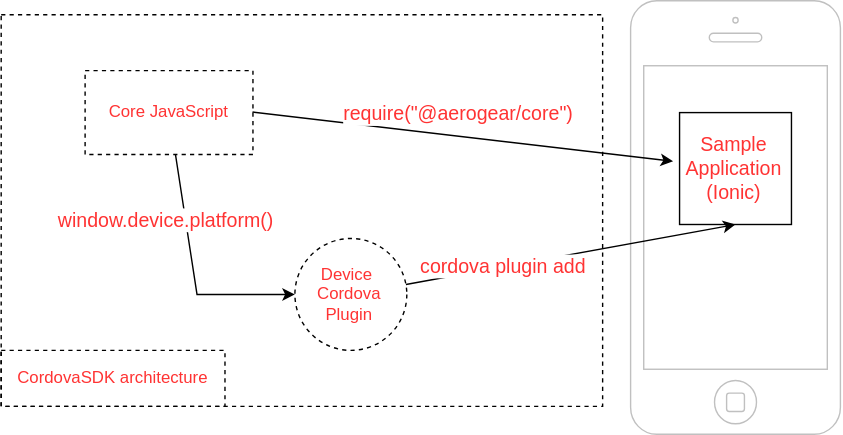
Before: sdks/js-sdk/img/diagram.svg, a diagram exported from draw.io (david-martin/proposals). Source tidied: cells renumbered, new cells last; positions are measured from the earlier drawing's top-left corner, leaving out a move shared by most shapes. Its diagram source:
```xml
<mxGraphModel>
  <root>
    <mxCell id="0" />
    <mxCell id="1" parent="0" />
    <mxCell id="2" style="rounded=0;whiteSpace=wrap;html=1;glass=0;comic=0;strokeColor=#000000;fillColor=none;gradientColor=#ffffff;fontColor=#FF3333;align=center;" parent="1" vertex="1">
      <mxGeometry x="475" y="80" width="95" height="80" as="geometry" />
    </mxCell>
    <mxCell id="3" style="html=1;verticalLabelPosition=bottom;labelBackgroundColor=#ffffff;verticalAlign=top;shadow=0;dashed=0;strokeWidth=1;shape=mxgraph.ios7.misc.iphone;fillColor=#ffffff;strokeColor=#c0c0c0;rounded=0;glass=0;comic=0;fontColor=#FF3333;align=center;" parent="1" vertex="1">
      <mxGeometry x="450" width="150" height="310" as="geometry" />
    </mxCell>
    <mxCell id="4" style="rounded=0;whiteSpace=wrap;html=1;glass=0;dashed=1;comic=0;strokeColor=#000000;fillColor=none;gradientColor=#ffffff;fontColor=#FF3333;align=center;" parent="1" vertex="1">
      <mxGeometry y="10" width="430" height="280" as="geometry" />
    </mxCell>
    <mxCell id="5" value="Core JavaScript" style="rounded=0;whiteSpace=wrap;html=1;glass=0;dashed=1;comic=0;strokeColor=#000000;fillColor=none;gradientColor=#ffffff;fontColor=#FF3333;align=center;" parent="1" vertex="1">
      <mxGeometry x="60" y="50" width="120" height="60" as="geometry" />
    </mxCell>
    <mxCell id="6" value="&lt;font style=&quot;font-size: 14px&quot;&gt;require(&quot;@aerogear/core&quot;)&lt;/font&gt;" style="edgeStyle=none;rounded=0;html=1;exitX=1;exitY=0.5;startArrow=none;startFill=0;endArrow=classic;endFill=1;jettySize=auto;fontColor=#FF3333;" parent="1" edge="1" source="5">
      <mxGeometry x="-0.01" y="17" relative="1" as="geometry">
        <mxPoint x="480.4" y="114.8" as="targetPoint" />
      </mxGeometry>
    </mxCell>
    <mxCell id="7" value="Device&amp;nbsp; Cordova Plugin" style="ellipse;whiteSpace=wrap;html=1;rounded=0;glass=0;dashed=1;comic=0;strokeColor=#000000;fillColor=none;gradientColor=#ffffff;fontColor=#FF3333;align=center;" parent="1" vertex="1">
      <mxGeometry x="210" y="170" width="80" height="80" as="geometry" />
    </mxCell>
    <mxCell id="8" value="&lt;font style=&quot;font-size: 14px&quot;&gt;cordova plugin add&lt;/font&gt;&lt;br&gt;" style="edgeStyle=none;rounded=0;html=1;entryX=0.5;entryY=1;startArrow=none;startFill=0;endArrow=classic;endFill=1;jettySize=auto;fontColor=#FF3333;" parent="1" edge="1" source="7">
      <mxGeometry x="-0.4" relative="1" as="geometry">
        <mxPoint x="525" y="160" as="targetPoint" />
      </mxGeometry>
    </mxCell>
    <mxCell id="9" style="edgeStyle=none;rounded=0;html=1;startArrow=none;startFill=0;endArrow=classic;endFill=1;jettySize=auto;fontColor=#FF3333;" parent="1" edge="1" source="5" target="7">
      <mxGeometry relative="1" as="geometry">
        <Array as="points">
          <mxPoint x="140" y="210" />
        </Array>
      </mxGeometry>
    </mxCell>
    <mxCell id="10" value="window.&lt;span style=&quot;font-size: 14px;&quot;&gt;device&lt;/span&gt;&lt;span style=&quot;font-size: 14px;&quot;&gt;.platform()&lt;/span&gt;" style="text;html=1;align=center;verticalAlign=middle;labelBackgroundColor=#ffffff;fontColor=#FF3333;fontSize=14;" parent="9" vertex="1">
      <mxGeometry x="0.04" y="-2" relative="1" as="geometry">
        <mxPoint x="-17" y="-43" as="offset" />
      </mxGeometry>
    </mxCell>
    <mxCell id="11" value="CordovaSDK architecture" style="rounded=0;whiteSpace=wrap;html=1;glass=0;dashed=1;comic=0;strokeColor=#000000;fillColor=none;gradientColor=#ffffff;fontColor=#FF3333;align=center;" parent="1" vertex="1">
      <mxGeometry y="250" width="160" height="40" as="geometry" />
    </mxCell>
    <mxCell id="12" value="&lt;span&gt;Sample Application&lt;/span&gt;&lt;br&gt;&lt;span&gt;(Ionic)&lt;/span&gt;" style="whiteSpace=wrap;html=1;rounded=0;glass=0;comic=0;strokeColor=#000000;fillColor=none;gradientColor=#ffffff;fontSize=14;fontColor=#FF3333;align=center;" parent="1" vertex="1">
      <mxGeometry x="485" y="80" width="80" height="80" as="geometry" />
    </mxCell>
  </root>
</mxGraphModel>
```
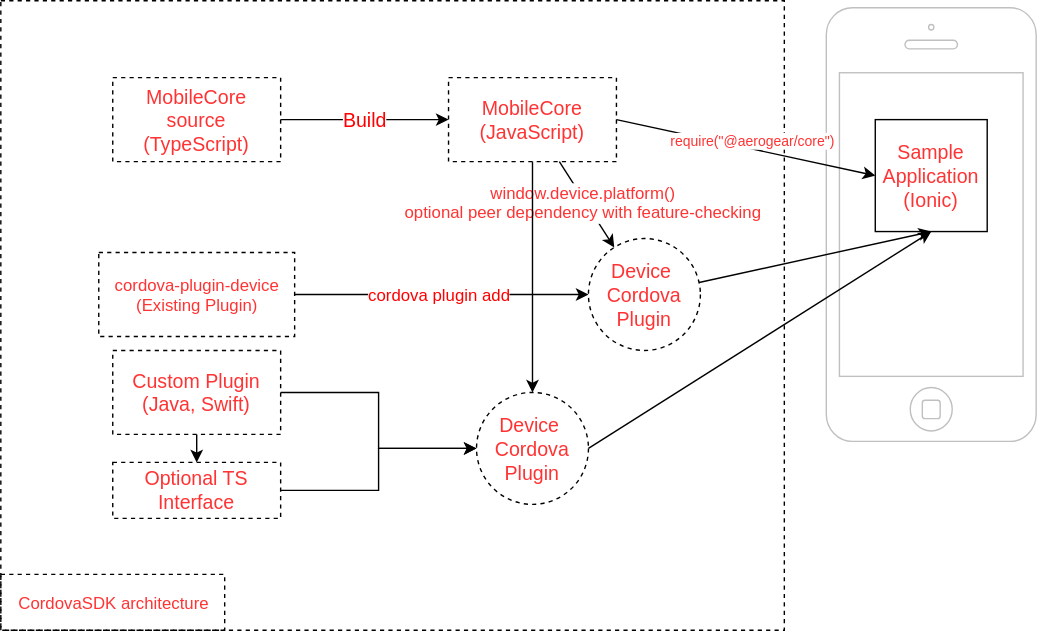
After the change.

Commit message:
Add custom plugins to diagram

The edit, as a diff of the source:
```diff
@@ -3,47 +3,75 @@
     <mxCell id="0" />
     <mxCell id="1" parent="0" />
     <mxCell id="2" style="rounded=0;whiteSpace=wrap;html=1;glass=0;comic=0;strokeColor=#000000;fillColor=none;gradientColor=#ffffff;fontColor=#FF3333;align=center;" parent="1" vertex="1">
-      <mxGeometry x="475" y="80" width="95" height="80" as="geometry" />
+      <mxGeometry x="615" y="85" width="95" height="80" as="geometry" />
     </mxCell>
     <mxCell id="3" style="html=1;verticalLabelPosition=bottom;labelBackgroundColor=#ffffff;verticalAlign=top;shadow=0;dashed=0;strokeWidth=1;shape=mxgraph.ios7.misc.iphone;fillColor=#ffffff;strokeColor=#c0c0c0;rounded=0;glass=0;comic=0;fontColor=#FF3333;align=center;" parent="1" vertex="1">
-      <mxGeometry x="450" width="150" height="310" as="geometry" />
+      <mxGeometry x="590" y="5" width="150" height="310" as="geometry" />
     </mxCell>
-    <mxCell id="4" style="rounded=0;whiteSpace=wrap;html=1;glass=0;dashed=1;comic=0;strokeColor=#000000;fillColor=none;gradientColor=#ffffff;fontColor=#FF3333;align=center;" parent="1" vertex="1">
-      <mxGeometry y="10" width="430" height="280" as="geometry" />
+    <mxCell id="4" style="rounded=0;whiteSpace=wrap;html=1;glass=0;dashed=1;comic=0;strokeColor=#000000;fillColor=none;gradientColor=#ffffff;fontColor=#FF3333;align=center;fontSize=14;" parent="1" vertex="1">
+      <mxGeometry width="560" height="450" as="geometry" />
     </mxCell>
-    <mxCell id="5" value="Core JavaScript" style="rounded=0;whiteSpace=wrap;html=1;glass=0;dashed=1;comic=0;strokeColor=#000000;fillColor=none;gradientColor=#ffffff;fontColor=#FF3333;align=center;" parent="1" vertex="1">
-      <mxGeometry x="60" y="50" width="120" height="60" as="geometry" />
+    <mxCell id="5" value="MobileCore (JavaScript)" style="rounded=0;whiteSpace=wrap;html=1;glass=0;dashed=1;comic=0;strokeColor=#000000;fillColor=none;gradientColor=#ffffff;fontColor=#FF3333;align=center;fontSize=14;" parent="1" vertex="1">
+      <mxGeometry x="320" y="55" width="120" height="60" as="geometry" />
     </mxCell>
-    <mxCell id="6" value="&lt;font style=&quot;font-size: 14px&quot;&gt;require(&quot;@aerogear/core&quot;)&lt;/font&gt;" style="edgeStyle=none;rounded=0;html=1;exitX=1;exitY=0.5;startArrow=none;startFill=0;endArrow=classic;endFill=1;jettySize=auto;fontColor=#FF3333;" parent="1" edge="1" source="5">
-      <mxGeometry x="-0.01" y="17" relative="1" as="geometry">
-        <mxPoint x="480.4" y="114.8" as="targetPoint" />
-      </mxGeometry>
+    <mxCell id="6" value="&lt;font style=&quot;font-size: 10px;&quot;&gt;require(&quot;@aerogear/core&quot;)&lt;/font&gt;" style="edgeStyle=none;rounded=0;html=1;exitX=1;exitY=0.5;startArrow=none;startFill=0;endArrow=classic;endFill=1;jettySize=auto;fontColor=#FF3333;entryX=0;entryY=0.5;fontSize=10;" parent="1" edge="1" source="5" target="12">
+      <mxGeometry x="0.07" y="6" relative="1" as="geometry" />
     </mxCell>
-    <mxCell id="7" value="Device&amp;nbsp; Cordova Plugin" style="ellipse;whiteSpace=wrap;html=1;rounded=0;glass=0;dashed=1;comic=0;strokeColor=#000000;fillColor=none;gradientColor=#ffffff;fontColor=#FF3333;align=center;" parent="1" vertex="1">
-      <mxGeometry x="210" y="170" width="80" height="80" as="geometry" />
+    <mxCell id="7" value="Device&amp;nbsp; Cordova Plugin" style="ellipse;whiteSpace=wrap;html=1;rounded=0;glass=0;dashed=1;comic=0;strokeColor=#000000;fillColor=none;gradientColor=#ffffff;fontColor=#FF3333;align=center;fontSize=14;" parent="1" vertex="1">
+      <mxGeometry x="420" y="170" width="80" height="80" as="geometry" />
     </mxCell>
-    <mxCell id="8" value="&lt;font style=&quot;font-size: 14px&quot;&gt;cordova plugin add&lt;/font&gt;&lt;br&gt;" style="edgeStyle=none;rounded=0;html=1;entryX=0.5;entryY=1;startArrow=none;startFill=0;endArrow=classic;endFill=1;jettySize=auto;fontColor=#FF3333;" parent="1" edge="1" source="7">
-      <mxGeometry x="-0.4" relative="1" as="geometry">
-        <mxPoint x="525" y="160" as="targetPoint" />
-      </mxGeometry>
+    <mxCell id="8" style="edgeStyle=none;rounded=0;html=1;entryX=0.5;entryY=1;startArrow=none;startFill=0;endArrow=classic;endFill=1;jettySize=auto;fontColor=#FF3333;" parent="1" edge="1" source="7" target="12">
+      <mxGeometry x="-0.4" relative="1" as="geometry" />
     </mxCell>
     <mxCell id="9" style="edgeStyle=none;rounded=0;html=1;startArrow=none;startFill=0;endArrow=classic;endFill=1;jettySize=auto;fontColor=#FF3333;" parent="1" edge="1" source="5" target="7">
-      <mxGeometry relative="1" as="geometry">
-        <Array as="points">
-          <mxPoint x="140" y="210" />
-        </Array>
-      </mxGeometry>
+      <mxGeometry relative="1" as="geometry" />
     </mxCell>
-    <mxCell id="10" value="window.&lt;span style=&quot;font-size: 14px;&quot;&gt;device&lt;/span&gt;&lt;span style=&quot;font-size: 14px;&quot;&gt;.platform()&lt;/span&gt;" style="text;html=1;align=center;verticalAlign=middle;labelBackgroundColor=#ffffff;fontColor=#FF3333;fontSize=14;" parent="9" vertex="1">
+    <mxCell id="10" value="window.&lt;span style=&quot;font-size: 12px;&quot;&gt;device&lt;/span&gt;&lt;span style=&quot;font-size: 12px;&quot;&gt;.platform()&lt;br style=&quot;font-size: 12px;&quot;&gt;optional peer dependency with feature-checking&lt;br style=&quot;font-size: 12px;&quot;&gt;&lt;/span&gt;" style="text;html=1;align=center;verticalAlign=middle;labelBackgroundColor=#ffffff;fontColor=#FF3333;fontSize=12;" parent="9" vertex="1">
       <mxGeometry x="0.04" y="-2" relative="1" as="geometry">
-        <mxPoint x="-17" y="-43" as="offset" />
+        <mxPoint x="2" y="-4" as="offset" />
       </mxGeometry>
     </mxCell>
     <mxCell id="11" value="CordovaSDK architecture" style="rounded=0;whiteSpace=wrap;html=1;glass=0;dashed=1;comic=0;strokeColor=#000000;fillColor=none;gradientColor=#ffffff;fontColor=#FF3333;align=center;" parent="1" vertex="1">
-      <mxGeometry y="250" width="160" height="40" as="geometry" />
+      <mxGeometry y="410" width="160" height="40" as="geometry" />
     </mxCell>
     <mxCell id="12" value="&lt;span&gt;Sample Application&lt;/span&gt;&lt;br&gt;&lt;span&gt;(Ionic)&lt;/span&gt;" style="whiteSpace=wrap;html=1;rounded=0;glass=0;comic=0;strokeColor=#000000;fillColor=none;gradientColor=#ffffff;fontSize=14;fontColor=#FF3333;align=center;" parent="1" vertex="1">
-      <mxGeometry x="485" y="80" width="80" height="80" as="geometry" />
+      <mxGeometry x="625" y="85" width="80" height="80" as="geometry" />
     </mxCell>
+    <mxCell id="13" value="Build" style="edgeStyle=orthogonalEdgeStyle;rounded=0;html=1;jettySize=auto;fontColor=#FF0000;fontSize=14;" parent="1" edge="1" source="14" target="5">
+      <mxGeometry relative="1" as="geometry" />
+    </mxCell>
+    <mxCell id="14" value="MobileCore source (TypeScript)" style="rounded=0;whiteSpace=wrap;html=1;glass=0;dashed=1;comic=0;strokeColor=#000000;fillColor=none;gradientColor=#ffffff;fontColor=#FF3333;align=center;fontSize=14;" parent="1" vertex="1">
+      <mxGeometry x="80" y="55" width="120" height="60" as="geometry" />
+    </mxCell>
+    <mxCell id="15" style="edgeStyle=orthogonalEdgeStyle;rounded=0;html=1;exitX=0.5;exitY=1;entryX=0.5;entryY=0;jettySize=auto;fontSize=10;fontColor=#FF0000;" parent="1" edge="1" source="16" target="20">
+      <mxGeometry relative="1" as="geometry" />
+    </mxCell>
+    <mxCell id="16" value="Custom Plugin (Java, Swift)" style="rounded=0;whiteSpace=wrap;html=1;glass=0;dashed=1;comic=0;strokeColor=#000000;fillColor=none;gradientColor=#ffffff;fontColor=#FF3333;align=center;fontSize=14;" parent="1" vertex="1">
+      <mxGeometry x="80" y="250" width="120" height="60" as="geometry" />
+    </mxCell>
+    <mxCell id="17" value="cordova-plugin-device&lt;br style=&quot;font-size: 12px;&quot;&gt;(Existing Plugin)" style="rounded=0;whiteSpace=wrap;html=1;glass=0;dashed=1;comic=0;strokeColor=#000000;fillColor=none;gradientColor=#ffffff;fontColor=#FF3333;align=center;fontSize=12;" parent="1" vertex="1">
+      <mxGeometry x="70" y="180" width="140" height="60" as="geometry" />
+    </mxCell>
+    <mxCell id="18" value="cordova plugin add" style="edgeStyle=orthogonalEdgeStyle;rounded=0;html=1;jettySize=auto;fontColor=#FF0000;fontSize=12;entryX=0;entryY=0.5;exitX=1;exitY=0.5;" parent="1" edge="1" source="17" target="7">
+      <mxGeometry relative="1" as="geometry" />
+    </mxCell>
+    <mxCell id="19" style="edgeStyle=orthogonalEdgeStyle;rounded=0;html=1;exitX=1;exitY=0.5;entryX=0;entryY=0.5;jettySize=auto;fontSize=12;fontColor=#FF0000;" parent="1" edge="1" source="20" target="21">
+      <mxGeometry relative="1" as="geometry" />
+    </mxCell>
+    <mxCell id="20" value="Optional TS Interface" style="rounded=0;whiteSpace=wrap;html=1;glass=0;dashed=1;comic=0;strokeColor=#000000;fillColor=none;gradientColor=#ffffff;fontColor=#FF3333;align=center;fontSize=14;" parent="1" vertex="1">
+      <mxGeometry x="80" y="330" width="120" height="40" as="geometry" />
+    </mxCell>
+    <mxCell id="21" value="Device&amp;nbsp; Cordova Plugin" style="ellipse;whiteSpace=wrap;html=1;rounded=0;glass=0;dashed=1;comic=0;strokeColor=#000000;fillColor=none;gradientColor=#ffffff;fontColor=#FF3333;align=center;fontSize=14;" parent="1" vertex="1">
+      <mxGeometry x="340" y="280" width="80" height="80" as="geometry" />
+    </mxCell>
+    <mxCell id="22" style="edgeStyle=orthogonalEdgeStyle;rounded=0;html=1;jettySize=auto;fontColor=#FF0000;fontSize=14;entryX=0;entryY=0.5;exitX=1;exitY=0.5;" parent="1" edge="1" source="16" target="21">
+      <mxGeometry relative="1" as="geometry" />
+    </mxCell>
+    <mxCell id="23" style="edgeStyle=none;rounded=0;html=1;startArrow=none;startFill=0;endArrow=classic;endFill=1;jettySize=auto;fontColor=#FF3333;entryX=0.5;entryY=0;exitX=0.5;exitY=1;" parent="1" edge="1" source="5" target="21">
+      <mxGeometry relative="1" as="geometry" />
+    </mxCell>
+    <mxCell id="24" style="edgeStyle=none;rounded=0;html=1;entryX=0.5;entryY=1;startArrow=none;startFill=0;endArrow=classic;endFill=1;jettySize=auto;fontColor=#FF3333;exitX=1;exitY=0.5;" parent="1" edge="1" source="21" target="12">
+      <mxGeometry x="-0.4" relative="1" as="geometry" />
+    </mxCell>
   </root>
 </mxGraphModel>
```
